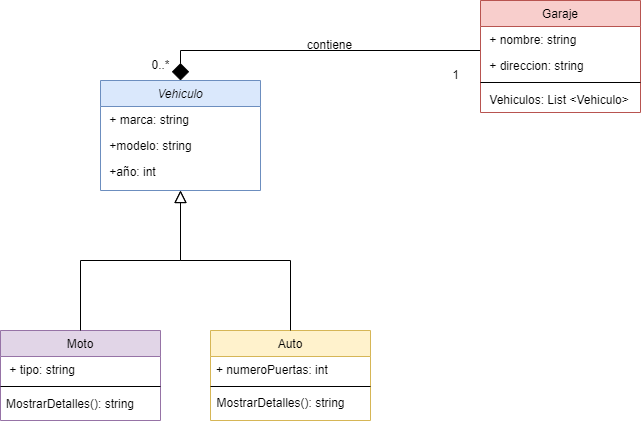
aleCentenouwuwu/DiagramaDeClases keeps this draw.io diagram as GestionDeVehiculos.drawio.png. Above is the earlier version. Source tidied: cells renumbered, new cells last; positions are measured from the earlier drawing's top-left corner, leaving out a move shared by most shapes.
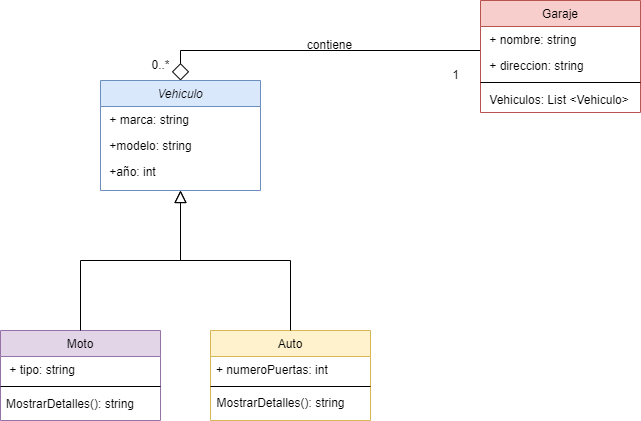
Above is the later version.

Change to the diagram source:
```diff
@@ -41,7 +41,7 @@
     <mxCell id="14" style="endArrow=block;endSize=10;endFill=0;shadow=0;strokeWidth=1;rounded=0;curved=0;edgeStyle=elbowEdgeStyle;elbow=vertical;" parent="1" edge="1" source="11" target="2">
       <mxGeometry relative="1" as="geometry" />
     </mxCell>
-    <mxCell id="15" style="edgeStyle=orthogonalEdgeStyle;rounded=0;jettySize=auto;html=1;entryX=0.5;entryY=0;entryDx=0;entryDy=0;endArrow=diamond;endFill=1;targetPerimeterSpacing=6;endSize=15;" parent="1" edge="1" source="16" target="2">
+    <mxCell id="15" style="edgeStyle=orthogonalEdgeStyle;rounded=0;jettySize=auto;html=1;entryX=0.5;entryY=0;entryDx=0;entryDy=0;endArrow=diamond;endFill=0;targetPerimeterSpacing=6;endSize=15;" parent="1" edge="1" source="16" target="2">
       <mxGeometry relative="1" as="geometry">
         <Array as="points">
           <mxPoint x="180" y="50" />
```
